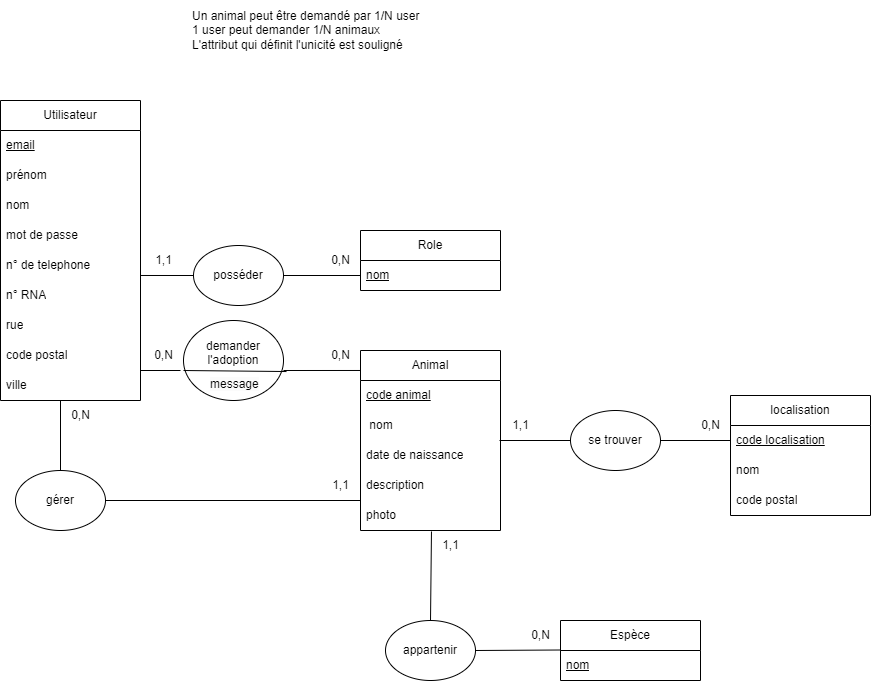
Before: doc/mcd.png, a diagram exported from draw.io (AmelMhdi/pet-foster). Source tidied: cells renumbered, new cells last; positions are measured from the earlier drawing's top-left corner, leaving out a move shared by most shapes.
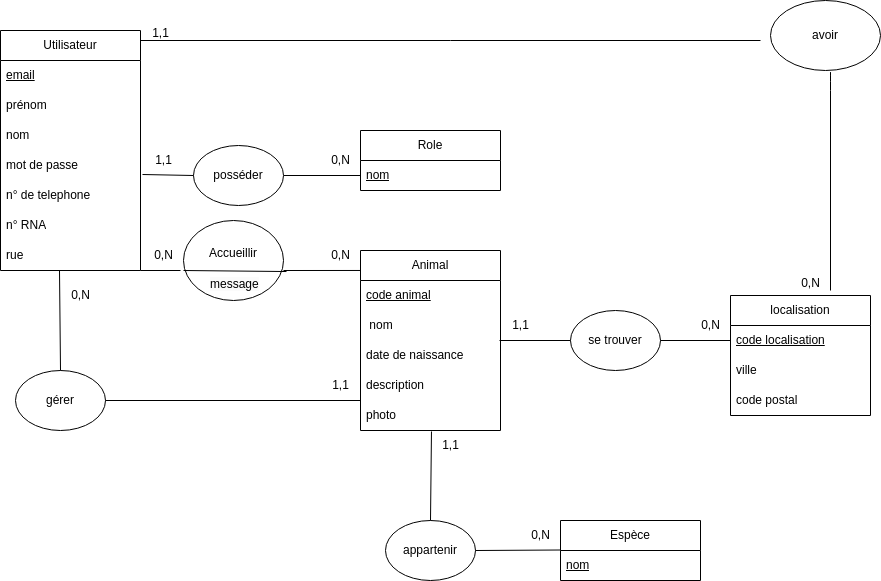
The same diagram one commit later.

The edit, as a diff of the source:
```diff
@@ -3,7 +3,7 @@
     <mxCell id="0" />
     <mxCell id="1" parent="0" />
     <mxCell id="2" value="Utilisateur" style="swimlane;fontStyle=0;horizontal=1;startSize=30;whiteSpace=wrap;html=1;" parent="1" vertex="1">
-      <mxGeometry y="100" width="140" height="300" as="geometry" />
+      <mxGeometry y="130" width="140" height="240" as="geometry" />
     </mxCell>
     <mxCell id="3" value="&lt;span style=&quot;color: rgb(0, 0, 0);&quot;&gt;email&lt;/span&gt;" style="text;strokeColor=none;fillColor=none;align=left;verticalAlign=middle;spacingLeft=4;spacingRight=4;overflow=hidden;whiteSpace=wrap;html=1;fontStyle=4;" parent="2" vertex="1">
       <mxGeometry y="30" width="140" height="30" as="geometry" />
@@ -26,12 +26,6 @@
     <mxCell id="9" value="rue" style="text;strokeColor=none;fillColor=none;align=left;verticalAlign=middle;spacingLeft=4;spacingRight=4;overflow=hidden;whiteSpace=wrap;html=1;" parent="2" vertex="1">
       <mxGeometry y="210" width="140" height="30" as="geometry" />
     </mxCell>
-    <mxCell id="10" value="code postal" style="text;strokeColor=none;fillColor=none;align=left;verticalAlign=middle;spacingLeft=4;spacingRight=4;overflow=hidden;points=[[0,0.5],[1,0.5]];portConstraint=eastwest;whiteSpace=wrap;html=1;" parent="2" vertex="1">
-      <mxGeometry y="240" width="140" height="30" as="geometry" />
-    </mxCell>
-    <mxCell id="11" value="ville" style="text;strokeColor=none;fillColor=none;align=left;verticalAlign=middle;spacingLeft=4;spacingRight=4;overflow=hidden;whiteSpace=wrap;html=1;" parent="2" vertex="1">
-      <mxGeometry y="270" width="140" height="30" as="geometry" />
-    </mxCell>
     <mxCell id="12" value="Role" style="swimlane;fontStyle=0;horizontal=1;startSize=30;whiteSpace=wrap;html=1;" parent="1" vertex="1">
       <mxGeometry x="360" y="230" width="140" height="60" as="geometry" />
     </mxCell>
@@ -67,7 +61,7 @@
     <mxCell id="22" value="gérer" style="ellipse;whiteSpace=wrap;html=1;" parent="1" vertex="1">
       <mxGeometry x="15" y="470" width="90" height="60" as="geometry" />
     </mxCell>
-    <mxCell id="23" style="edgeStyle=none;html=1;entryX=0;entryY=0.5;entryDx=0;entryDy=0;endArrow=none;endFill=0;exitX=1;exitY=0.833;exitDx=0;exitDy=0;exitPerimeter=0;" parent="1" edge="1" source="7" target="21">
+    <mxCell id="23" style="edgeStyle=none;html=1;entryX=0;entryY=0.5;entryDx=0;entryDy=0;endArrow=none;endFill=0;exitX=-0.025;exitY=0.967;exitDx=0;exitDy=0;exitPerimeter=0;" parent="1" edge="1" source="25" target="21">
       <mxGeometry relative="1" as="geometry" />
     </mxCell>
     <mxCell id="24" style="edgeStyle=none;html=1;exitX=1;exitY=0.5;exitDx=0;exitDy=0;strokeColor=none;endArrow=none;endFill=0;" parent="1" edge="1" source="13">
@@ -82,20 +76,20 @@
       <mxGeometry x="320" y="245" width="40" height="30" as="geometry" />
     </mxCell>
     <mxCell id="27" value="0,N" style="text;html=1;align=center;verticalAlign=middle;strokeColor=none;fillColor=none;" parent="1" vertex="1">
-      <mxGeometry x="60" y="400" width="40" height="30" as="geometry" />
+      <mxGeometry x="60" y="380" width="40" height="30" as="geometry" />
     </mxCell>
     <mxCell id="28" value="1,1" style="text;html=1;align=center;verticalAlign=middle;strokeColor=none;fillColor=none;" parent="1" vertex="1">
       <mxGeometry x="320" y="470" width="40" height="30" as="geometry" />
     </mxCell>
     <mxCell id="29" style="endArrow=none;html=1;exitX=0.5;exitY=0;exitDx=0;exitDy=0;" parent="1" edge="1" source="22">
       <mxGeometry relative="1" as="geometry">
-        <mxPoint x="60" y="400" as="targetPoint" />
+        <mxPoint x="59" y="370" as="targetPoint" />
       </mxGeometry>
     </mxCell>
     <mxCell id="30" style="endArrow=none;html=1;entryX=0;entryY=0;entryDx=0;entryDy=0;entryPerimeter=0;exitX=1;exitY=0.5;exitDx=0;exitDy=0;" parent="1" edge="1" source="22" target="19">
       <mxGeometry relative="1" as="geometry" />
     </mxCell>
-    <mxCell id="31" value="demander l'adoption&lt;div&gt;&lt;br&gt;&lt;/div&gt;" style="ellipse;whiteSpace=wrap;html=1;" parent="1" vertex="1">
+    <mxCell id="31" value="&lt;div&gt;Accueillir&lt;/div&gt;&lt;div&gt;&lt;br&gt;&lt;/div&gt;" style="ellipse;whiteSpace=wrap;html=1;" parent="1" vertex="1">
       <mxGeometry x="183" y="320" width="100" height="80" as="geometry" />
     </mxCell>
     <mxCell id="32" value="Espèce" style="swimlane;fontStyle=0;horizontal=1;startSize=30;whiteSpace=wrap;html=1;" parent="1" vertex="1">
@@ -110,8 +104,9 @@
     <mxCell id="35" style="edgeStyle=none;html=1;exitX=0.507;exitY=1.033;exitDx=0;exitDy=0;entryX=0.5;entryY=0;entryDx=0;entryDy=0;endArrow=none;endFill=0;exitPerimeter=0;" parent="1" edge="1" source="19" target="34">
       <mxGeometry relative="1" as="geometry" />
     </mxCell>
-    <mxCell id="36" style="edgeStyle=none;html=1;endArrow=none;endFill=0;exitX=1;exitY=1;exitDx=0;exitDy=0;exitPerimeter=0;" parent="1" edge="1" source="10">
+    <mxCell id="36" style="edgeStyle=none;html=1;endArrow=none;endFill=0;exitX=1;exitY=1;exitDx=0;exitDy=0;exitPerimeter=0;" parent="1" edge="1">
       <mxGeometry relative="1" as="geometry">
+        <mxPoint x="140" y="370" as="sourcePoint" />
         <mxPoint x="180" y="370" as="targetPoint" />
       </mxGeometry>
     </mxCell>
@@ -141,7 +136,7 @@
     <mxCell id="44" value="code localisation" style="text;strokeColor=none;fillColor=none;align=left;verticalAlign=middle;spacingLeft=4;spacingRight=4;overflow=hidden;points=[[0,0.5],[1,0.5]];portConstraint=eastwest;whiteSpace=wrap;html=1;fontStyle=4;" parent="43" vertex="1">
       <mxGeometry y="30" width="140" height="30" as="geometry" />
     </mxCell>
-    <mxCell id="45" value="nom" style="text;strokeColor=none;fillColor=none;align=left;verticalAlign=middle;spacingLeft=4;spacingRight=4;overflow=hidden;whiteSpace=wrap;html=1;" parent="43" vertex="1">
+    <mxCell id="45" value="ville" style="text;strokeColor=none;fillColor=none;align=left;verticalAlign=middle;spacingLeft=4;spacingRight=4;overflow=hidden;whiteSpace=wrap;html=1;" parent="43" vertex="1">
       <mxGeometry y="60" width="140" height="30" as="geometry" />
     </mxCell>
     <mxCell id="46" value="code postal" style="text;strokeColor=none;fillColor=none;align=left;verticalAlign=middle;spacingLeft=4;spacingRight=4;overflow=hidden;whiteSpace=wrap;html=1;" parent="43" vertex="1">
@@ -162,9 +157,6 @@
     <mxCell id="51" style="edgeStyle=none;html=1;endArrow=none;endFill=0;exitX=1;exitY=0.5;exitDx=0;exitDy=0;exitPerimeter=0;entryX=0;entryY=0.5;entryDx=0;entryDy=0;" parent="1" edge="1" source="47" target="44">
       <mxGeometry relative="1" as="geometry" />
     </mxCell>
-    <mxCell id="52" value="Un animal peut être demandé par 1/N&amp;nbsp;&lt;span style=&quot;background-color: transparent;&quot;&gt;user&lt;/span&gt;&lt;div&gt;&lt;div&gt;1 user peut demander 1/N animaux&lt;/div&gt;&lt;/div&gt;&lt;div&gt;L'attribut qui définit l'unicité est souligné&lt;/div&gt;" style="text;html=1;align=left;verticalAlign=middle;strokeColor=none;fillColor=none;" parent="1" vertex="1">
-      <mxGeometry x="190" width="250" height="60" as="geometry" />
-    </mxCell>
     <mxCell id="53" style="endArrow=none;html=1;entryX=1.03;entryY=0.638;entryDx=0;entryDy=0;entryPerimeter=0;" parent="1" edge="1" target="31">
       <mxGeometry relative="1" as="geometry">
         <mxPoint x="183" y="370" as="sourcePoint" />
@@ -173,5 +165,30 @@
     <mxCell id="54" value="&lt;span style=&quot;color: rgb(0, 0, 0); font-family: Helvetica; font-size: 12px; font-style: normal; font-variant-ligatures: normal; font-variant-caps: normal; font-weight: 400; letter-spacing: normal; orphans: 2; text-align: center; text-indent: 0px; text-transform: none; widows: 2; word-spacing: 0px; -webkit-text-stroke-width: 0px; white-space: normal; background-color: rgb(251, 251, 251); text-decoration-thickness: initial; text-decoration-style: initial; text-decoration-color: initial; float: none; display: inline !important;&quot;&gt;message&lt;/span&gt;" style="text;whiteSpace=wrap;html=1;" parent="1" vertex="1">
       <mxGeometry x="208" y="370" width="50" height="20" as="geometry" />
     </mxCell>
+    <mxCell id="55" style="endArrow=none;html=1;" parent="1" edge="1">
+      <mxGeometry relative="1" as="geometry">
+        <mxPoint x="140" y="140" as="sourcePoint" />
+        <mxPoint x="760" y="140" as="targetPoint" />
+      </mxGeometry>
+    </mxCell>
+    <mxCell id="56" value="avoir" style="ellipse;whiteSpace=wrap;html=1;" parent="1" vertex="1">
+      <mxGeometry x="770" y="100" width="110" height="70" as="geometry" />
+    </mxCell>
+    <mxCell id="57" style="endArrow=none;html=1;" parent="1" edge="1">
+      <mxGeometry relative="1" as="geometry">
+        <mxPoint x="830" y="390" as="sourcePoint" />
+        <mxPoint x="830" y="180" as="targetPoint" />
+        <Array as="points">
+          <mxPoint x="830" y="180" />
+          <mxPoint x="830" y="170" />
+        </Array>
+      </mxGeometry>
+    </mxCell>
+    <mxCell id="58" value="1,1" style="text;html=1;align=center;verticalAlign=middle;strokeColor=none;fillColor=none;" parent="1" vertex="1">
+      <mxGeometry x="140" y="118" width="40" height="30" as="geometry" />
+    </mxCell>
+    <mxCell id="59" value="0,N" style="text;html=1;align=center;verticalAlign=middle;strokeColor=none;fillColor=none;" parent="1" vertex="1">
+      <mxGeometry x="790" y="368" width="40" height="30" as="geometry" />
+    </mxCell>
   </root>
 </mxGraphModel>
```
